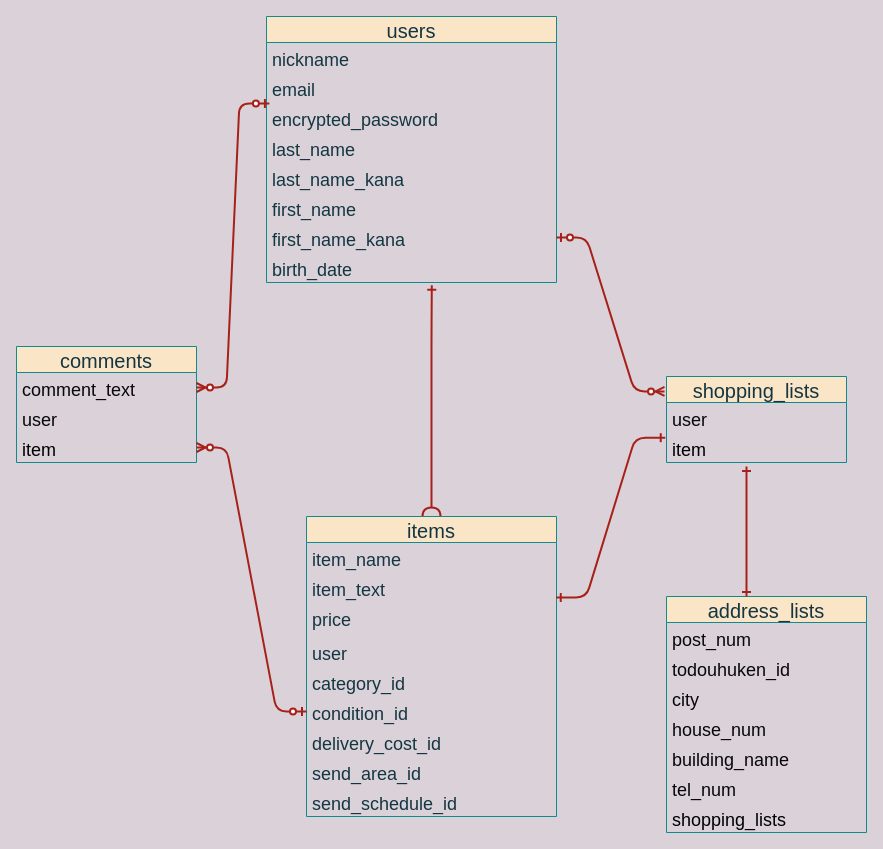
This is furima.dio from rieco-y/furima-36883, a draw.io file, before an edit. Source tidied: cells renumbered, new cells numbered last; positions are measured from the earlier drawing's top-left corner, leaving out a move shared by most shapes. Both pictures are drawn from the tidied source at 100%, with x=0, y=0 at pixel (16, 16).
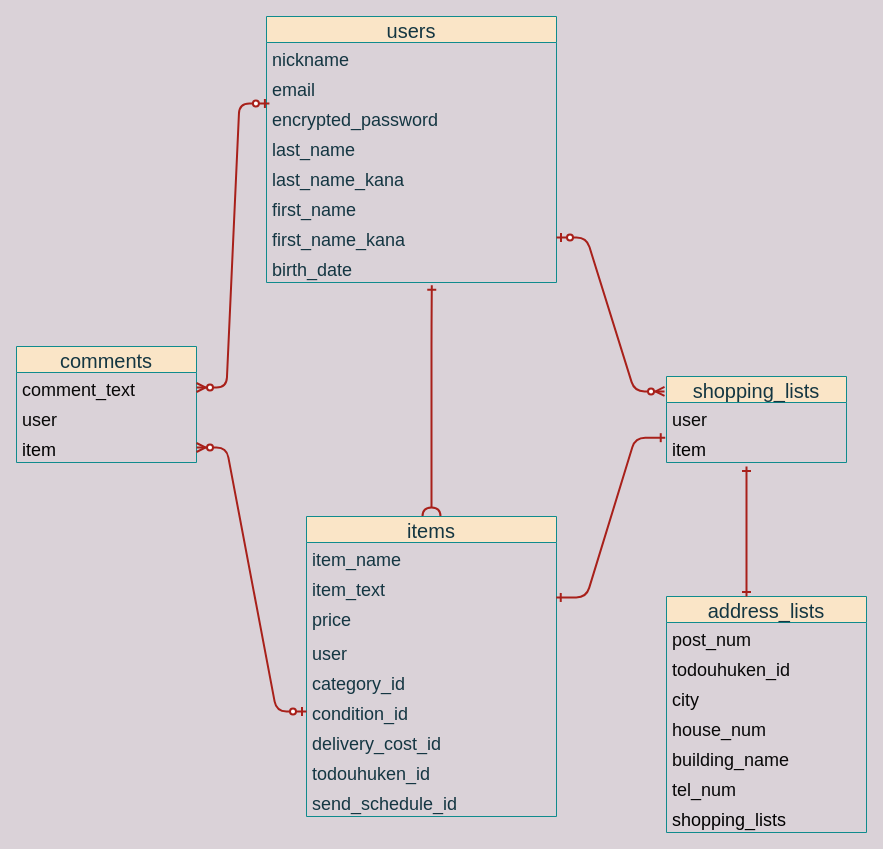
The same page after the edit.

Unchanged cells that the change refers to:
```xml
<mxCell id="12" value="items" style="swimlane;fontStyle=0;horizontal=1;startSize=26;align=center;fontSize=20;fillColor=#FAE5C7;strokeColor=#0F8B8D;fontColor=#143642;" parent="1" vertex="1">
  <mxGeometry x="290" y="500" width="250" height="300" as="geometry" />
</mxCell>
```

Change to the diagram source:
```diff
@@
-    <mxCell id="20" value="send_area_id " style="text;strokeColor=none;fillColor=none;spacingLeft=4;spacingRight=4;overflow=hidden;fontSize=18;fontColor=#143642;" parent="12" vertex="1">
+    <mxCell id="20" value="todouhuken_id" style="text;strokeColor=none;fillColor=none;spacingLeft=4;spacingRight=4;overflow=hidden;fontSize=18;fontColor=#143642;" parent="12" vertex="1">
       <mxGeometry y="240" width="250" height="30" as="geometry" />
     </mxCell>
```
